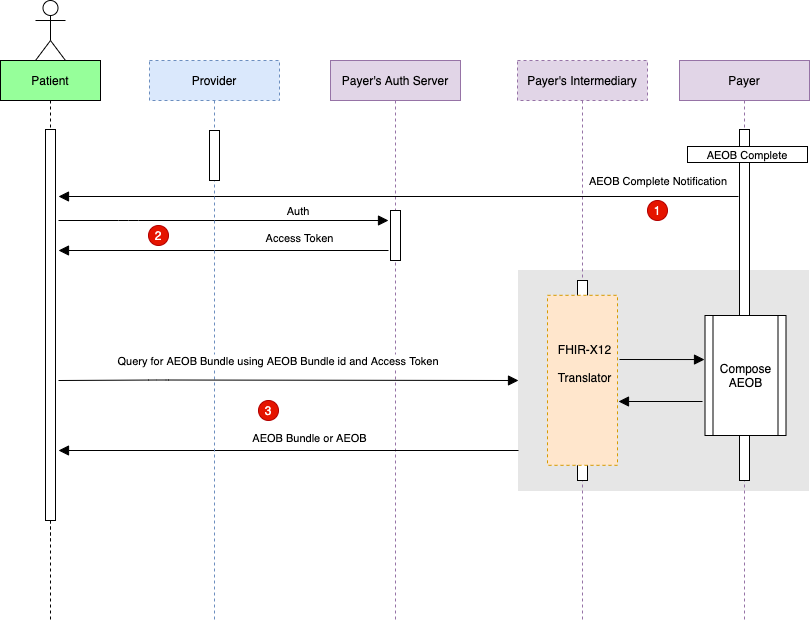
This is input/images/GetAEOB.drawio.png from HL7/davinci-pct, a draw.io export, as it was before one commit. Source tidied: cells renumbered, new cells last; positions are measured from the earlier drawing's top-left corner, leaving out a move shared by most shapes.
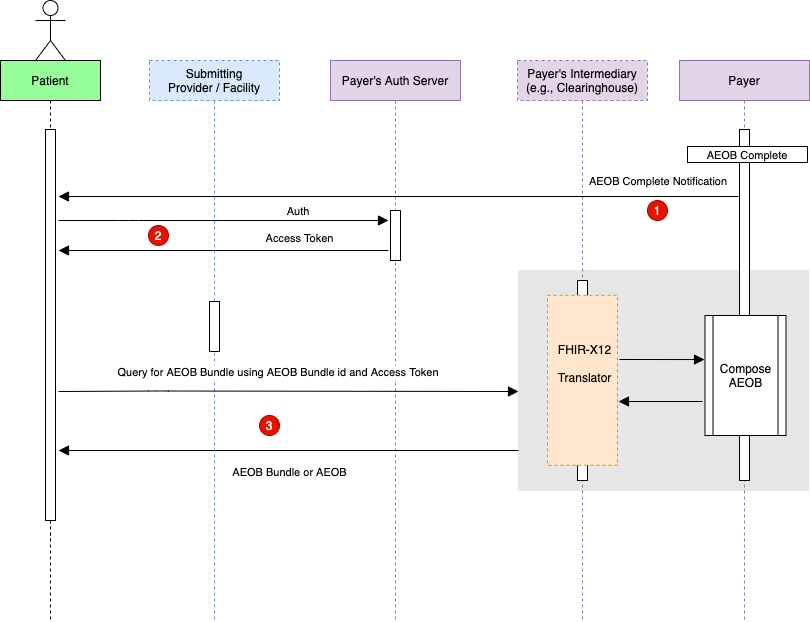
After the commit.

What changed in the source:
```diff
@@ -31,7 +31,7 @@
     <mxCell id="10" style="perimeter=orthogonalPerimeter;rounded=0;shadow=0;strokeWidth=1;fillColor=#E6E6E6;strokeColor=#E6E6E6;" parent="1" vertex="1">
       <mxGeometry x="518" y="270" width="290" height="220" as="geometry" />
     </mxCell>
-    <mxCell id="11" value="Payer's Intermediary" style="shape=umlLifeline;perimeter=lifelinePerimeter;rounded=0;shadow=0;strokeWidth=1;fillColor=#e1d5e7;strokeColor=#9673a6;dashed=1;" parent="1" vertex="1">
+    <mxCell id="11" value="Payer's Intermediary&#10;(e.g., Clearinghouse)" style="shape=umlLifeline;perimeter=lifelinePerimeter;rounded=0;shadow=0;strokeWidth=1;fillColor=#e1d5e7;strokeColor=#9673a6;dashed=1;" parent="1" vertex="1">
       <mxGeometry x="517" y="60" width="130" height="560" as="geometry" />
     </mxCell>
     <mxCell id="12" style="perimeter=orthogonalPerimeter;rounded=0;shadow=0;strokeWidth=1;" parent="11" vertex="1">
@@ -73,7 +73,7 @@
       </mxGeometry>
     </mxCell>
     <mxCell id="22" value="3" style="ellipse;whiteSpace=wrap;html=1;fillColor=#e51400;strokeColor=#B20000;fontColor=#ffffff;" parent="1" vertex="1">
-      <mxGeometry x="258" y="400" width="20" height="20" as="geometry" />
+      <mxGeometry x="259" y="415" width="20" height="20" as="geometry" />
     </mxCell>
     <mxCell id="23" value="&lt;font style=&quot;font-size: 11px&quot;&gt;AEOB Complete&lt;/font&gt;" style="rounded=0;whiteSpace=wrap;html=1;" parent="1" vertex="1">
       <mxGeometry x="687" y="146" width="120" height="16" as="geometry" />
@@ -106,21 +106,21 @@
     </mxCell>
     <mxCell id="28" value="AEOB Bundle or AEOB" style="edgeLabel;html=1;align=center;verticalAlign=bottom;labelPosition=center;verticalLabelPosition=top;" parent="27" vertex="1">
       <mxGeometry x="0.32" y="-4" relative="1" as="geometry">
-        <mxPoint x="94" as="offset" />
+        <mxPoint x="74" y="34" as="offset" />
       </mxGeometry>
     </mxCell>
-    <mxCell id="29" value="Provider" style="shape=umlLifeline;perimeter=lifelinePerimeter;rounded=0;shadow=0;strokeWidth=1;fillColor=#dae8fc;strokeColor=#6c8ebf;dashed=1;" parent="1" vertex="1">
+    <mxCell id="29" value="Submitting&#10;Provider / Facility" style="shape=umlLifeline;perimeter=lifelinePerimeter;rounded=0;shadow=0;strokeWidth=1;fillColor=#dae8fc;strokeColor=#6c8ebf;dashed=1;" parent="1" vertex="1">
       <mxGeometry x="149" y="60" width="130" height="560" as="geometry" />
     </mxCell>
     <mxCell id="30" style="perimeter=orthogonalPerimeter;rounded=0;shadow=0;strokeWidth=1;" parent="29" vertex="1">
-      <mxGeometry x="60" y="70" width="10" height="50" as="geometry" />
+      <mxGeometry x="60" y="241" width="10" height="50" as="geometry" />
     </mxCell>
     <mxCell id="31" value="Query for AEOB Bundle using AEOB Bundle id and Access Token" style="verticalAlign=bottom;endArrow=block;shadow=0;strokeWidth=1;endSize=8;" parent="1" edge="1">
       <mxGeometry x="-0.04" y="10" relative="1" as="geometry">
-        <mxPoint x="58" y="380" as="sourcePoint" />
-        <mxPoint x="518" y="380" as="targetPoint" />
+        <mxPoint x="58" y="391" as="sourcePoint" />
+        <mxPoint x="518" y="391" as="targetPoint" />
         <Array as="points">
-          <mxPoint x="158" y="379.5" />
+          <mxPoint x="158" y="390.5" />
         </Array>
       </mxGeometry>
     </mxCell>
```
